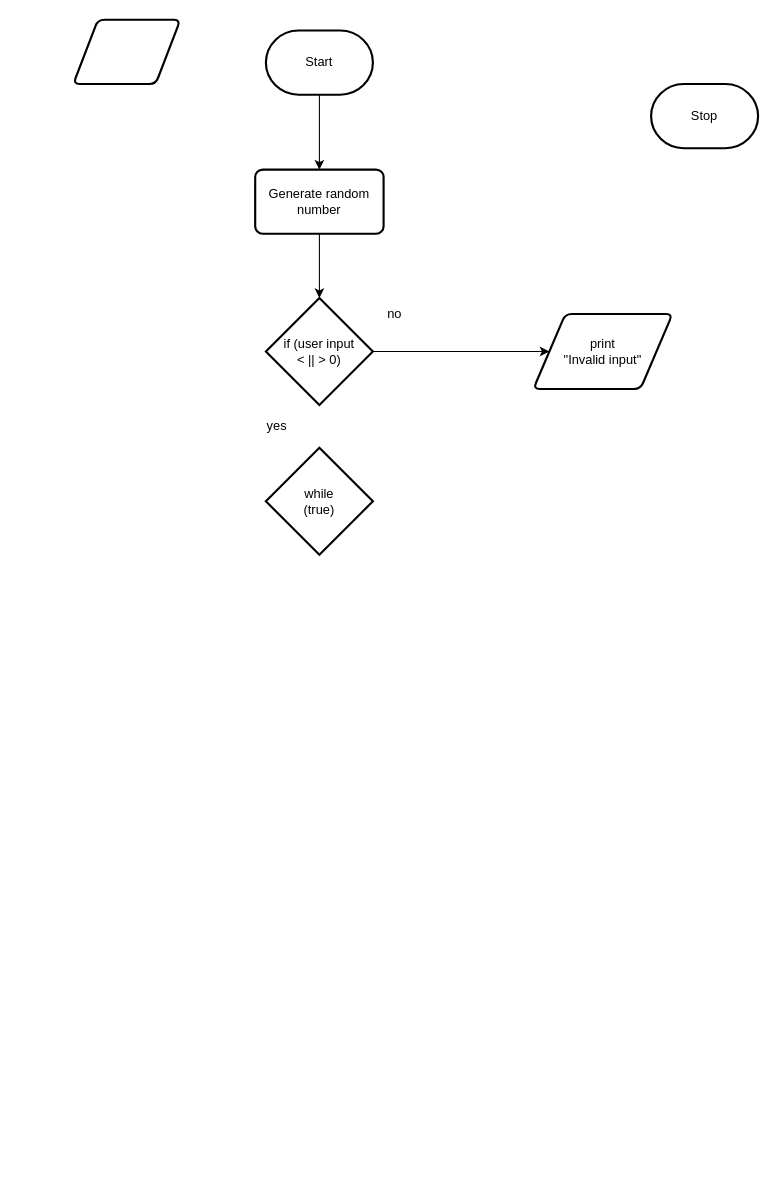
This is flowchart.drawio from Lucas-Tyman/ICS4U-Unit1-04-Typescript, a draw.io file, before an edit. Source tidied: cells renumbered, new cells numbered last; positions are measured from the earlier drawing's top-left corner, leaving out a move shared by most shapes. Both pictures are drawn from the tidied source at 107%, with x=0, y=0 at pixel (73, 19).
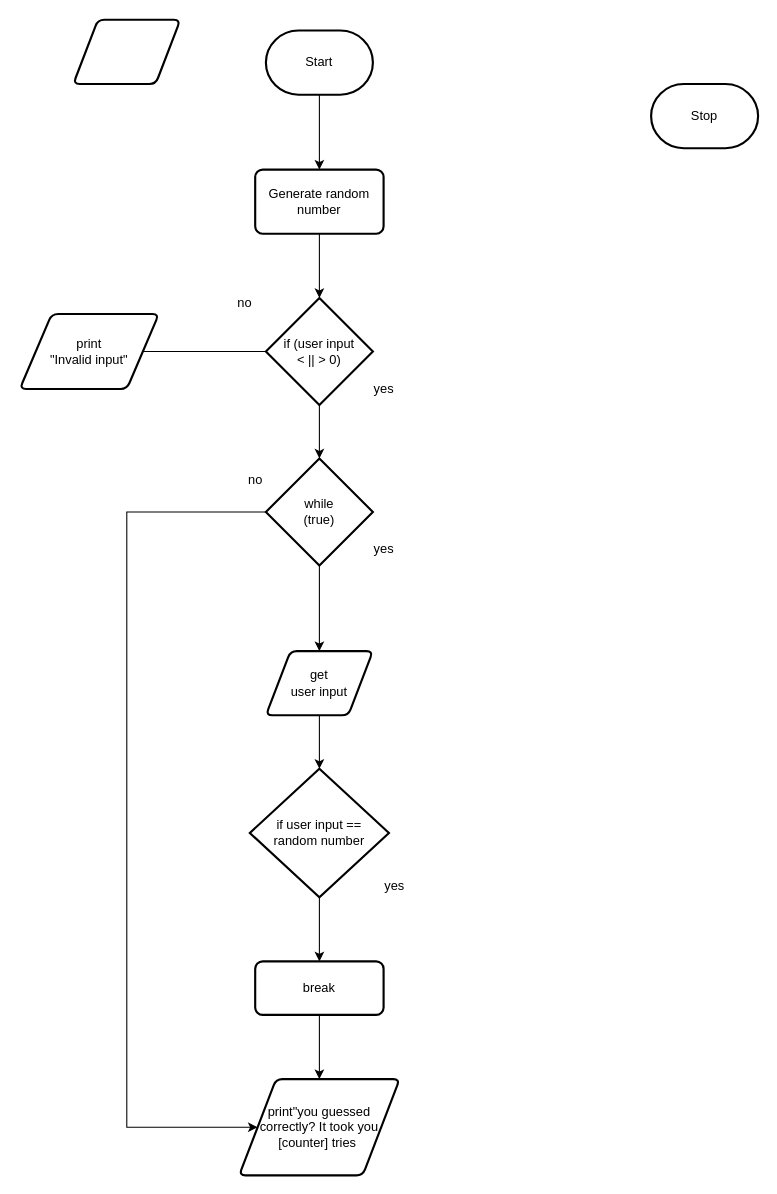
The same page after the edit.

Unchanged cells that the change refers to:
```xml
<mxCell id="9" value="if (user input&lt;br&gt;&amp;lt; || &amp;gt; 0)" style="strokeWidth=2;html=1;shape=mxgraph.flowchart.decision;whiteSpace=wrap;" parent="1" vertex="1">
  <mxGeometry x="180" y="260" width="100" height="100" as="geometry" />
</mxCell>
```

What changed in the source:
```diff
@@
+    <mxCell id="14" style="edgeStyle=none;html=1;entryX=0.5;entryY=0;entryDx=0;entryDy=0;entryPerimeter=0;" parent="1" edge="1" source="9" target="13">
+      <mxGeometry relative="1" as="geometry" />
+    </mxCell>
@@
     <mxCell id="10" value="no" style="text;html=1;align=center;verticalAlign=middle;strokeColor=none;fillColor=none;" parent="1" vertex="1">
-      <mxGeometry x="280" y="260" width="40" height="30" as="geometry" />
+      <mxGeometry x="140" y="250" width="40" height="30" as="geometry" />
     </mxCell>
     <mxCell id="11" value="yes" style="text;html=1;align=center;verticalAlign=middle;strokeColor=none;fillColor=none;" parent="1" vertex="1">
-      <mxGeometry x="170" y="365" width="40" height="30" as="geometry" />
+      <mxGeometry x="270" y="330" width="40" height="30" as="geometry" />
     </mxCell>
     <mxCell id="12" value="print&lt;br&gt;&quot;Invalid input&quot;" style="shape=parallelogram;html=1;strokeWidth=2;perimeter=parallelogramPerimeter;whiteSpace=wrap;rounded=1;arcSize=12;size=0.23;" parent="1" vertex="1">
-      <mxGeometry x="430" y="275" width="130" height="70" as="geometry" />
+      <mxGeometry x="-50" y="275" width="130" height="70" as="geometry" />
     </mxCell>
+    <mxCell id="15" style="edgeStyle=none;html=1;entryX=0.5;entryY=0;entryDx=0;entryDy=0;" parent="1" edge="1" source="13" target="18">
+      <mxGeometry relative="1" as="geometry" />
+    </mxCell>
+    <mxCell id="16" style="edgeStyle=orthogonalEdgeStyle;rounded=0;html=1;entryX=0;entryY=0.5;entryDx=0;entryDy=0;" parent="1" edge="1" source="13" target="26">
+      <mxGeometry relative="1" as="geometry">
+        <Array as="points">
+          <mxPoint x="50" y="460" />
+          <mxPoint x="50" y="1035" />
+        </Array>
+      </mxGeometry>
+    </mxCell>
     <mxCell id="13" value="while&lt;br&gt;(true)" style="strokeWidth=2;html=1;shape=mxgraph.flowchart.decision;whiteSpace=wrap;" parent="1" vertex="1">
-      <mxGeometry x="180" y="400" width="100" height="100" as="geometry" />
+      <mxGeometry x="180" y="410" width="100" height="100" as="geometry" />
     </mxCell>
+    <mxCell id="17" style="edgeStyle=none;html=1;entryX=0.5;entryY=0;entryDx=0;entryDy=0;entryPerimeter=0;" parent="1" edge="1" source="18" target="20">
+      <mxGeometry relative="1" as="geometry" />
+    </mxCell>
+    <mxCell id="18" value="get &lt;br&gt;user input" style="shape=parallelogram;html=1;strokeWidth=2;perimeter=parallelogramPerimeter;whiteSpace=wrap;rounded=1;arcSize=12;size=0.23;" parent="1" vertex="1">
+      <mxGeometry x="180" y="590" width="100" height="60" as="geometry" />
+    </mxCell>
+    <mxCell id="19" style="edgeStyle=none;html=1;" parent="1" edge="1" source="20" target="25">
+      <mxGeometry relative="1" as="geometry" />
+    </mxCell>
+    <mxCell id="20" value="if user input ==&lt;br&gt;random number" style="strokeWidth=2;html=1;shape=mxgraph.flowchart.decision;whiteSpace=wrap;" parent="1" vertex="1">
+      <mxGeometry x="165" y="700" width="130" height="120" as="geometry" />
+    </mxCell>
+    <mxCell id="21" value="no" style="text;html=1;align=center;verticalAlign=middle;strokeColor=none;fillColor=none;" parent="1" vertex="1">
+      <mxGeometry x="150" y="415" width="40" height="30" as="geometry" />
+    </mxCell>
+    <mxCell id="22" value="yes" style="text;html=1;align=center;verticalAlign=middle;strokeColor=none;fillColor=none;" parent="1" vertex="1">
+      <mxGeometry x="270" y="480" width="40" height="30" as="geometry" />
+    </mxCell>
+    <mxCell id="23" value="yes" style="text;html=1;align=center;verticalAlign=middle;strokeColor=none;fillColor=none;" parent="1" vertex="1">
+      <mxGeometry x="280" y="795" width="40" height="30" as="geometry" />
+    </mxCell>
+    <mxCell id="24" style="edgeStyle=none;html=1;" parent="1" edge="1" source="25" target="26">
+      <mxGeometry relative="1" as="geometry" />
+    </mxCell>
+    <mxCell id="25" value="break" style="rounded=1;whiteSpace=wrap;html=1;absoluteArcSize=1;arcSize=14;strokeWidth=2;" parent="1" vertex="1">
+      <mxGeometry x="170" y="880" width="120" height="50" as="geometry" />
+    </mxCell>
+    <mxCell id="26" value="print&quot;you guessed correctly?&amp;nbsp;It took you [counter] tries&amp;nbsp;" style="shape=parallelogram;html=1;strokeWidth=2;perimeter=parallelogramPerimeter;whiteSpace=wrap;rounded=1;arcSize=12;size=0.23;" parent="1" vertex="1">
+      <mxGeometry x="155" y="990" width="150" height="90" as="geometry" />
+    </mxCell>
```
